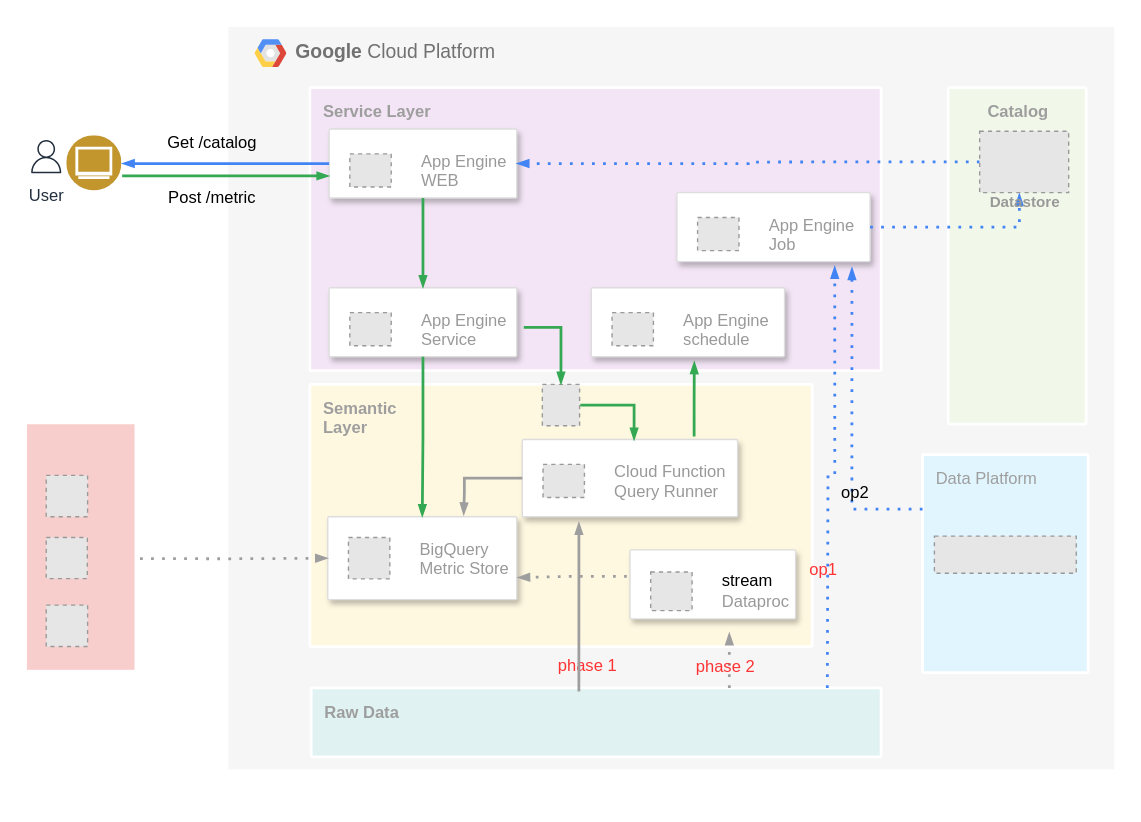
Above: Azure/Untitled Diagram.drawio in yiben-zhengjing/CloudStudy (draw.io), before the change. Source tidied: cells renumbered, new cells numbered last; positions are measured from the earlier drawing's top-left corner, leaving out a move shared by most shapes. Both pictures are drawn from the tidied source at 138%, with x=0, y=0 at pixel (25, 25). Pictures stored in the file or linked from it are replaced by grey dashed boxes.
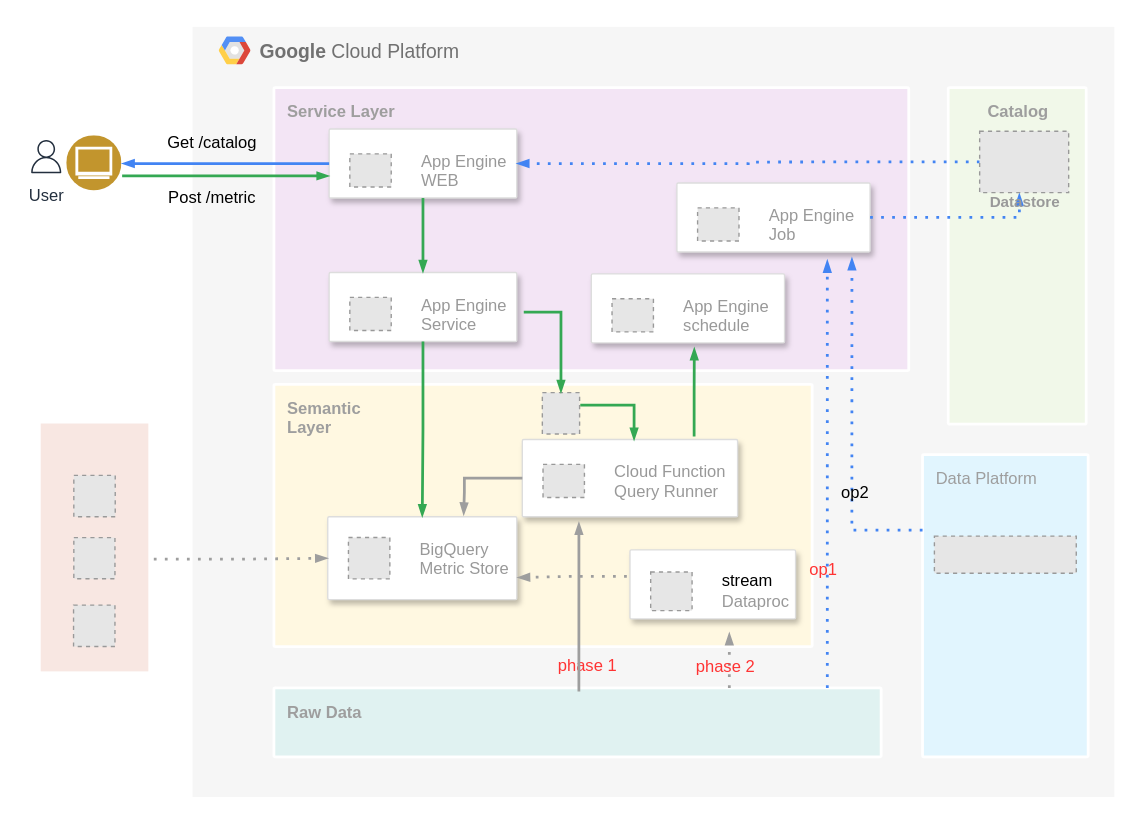
The same page after the edit.

The edit, as a diff of the source:
```diff
@@
-    <mxCell id="2" style="whiteSpace=wrap;html=1;labelBackgroundColor=none;strokeColor=#FFFFFF;strokeWidth=2;fillColor=#f8cecc;" parent="1" vertex="1">
-      <mxGeometry y="287.9" width="80" height="180" as="geometry" />
+    <mxCell id="2" style="whiteSpace=wrap;html=1;labelBackgroundColor=none;strokeWidth=2;fillColor=#F8E7E2;strokeColor=#FFFFFF;" parent="1" vertex="1">
+      <mxGeometry x="10" y="287.4" width="80" height="181.6" as="geometry" />
     </mxCell>
@@
     <mxCell id="4" value="&lt;b&gt;Google &lt;/b&gt;Cloud Platform" style="fillColor=#F6F6F6;strokeColor=#FFFFFF;shadow=0;gradientColor=none;fontSize=14;align=left;spacing=10;fontColor=#717171;9E9E9E;verticalAlign=top;spacingTop=-4;fontStyle=0;spacingLeft=40;html=1;strokeWidth=2;" parent="1" vertex="1">
-      <mxGeometry x="146" width="644" height="540" as="geometry" />
+      <mxGeometry x="120" width="670" height="560" as="geometry" />
     </mxCell>
     <mxCell id="5" value="Data Platform" style="sketch=0;points=[[0,0,0],[0.25,0,0],[0.5,0,0],[0.75,0,0],[1,0,0],[1,0.25,0],[1,0.5,0],[1,0.75,0],[1,1,0],[0.75,1,0],[0.5,1,0],[0.25,1,0],[0,1,0],[0,0.75,0],[0,0.5,0],[0,0.25,0]];rounded=1;absoluteArcSize=1;arcSize=2;html=1;strokeColor=#FFFFFF;gradientColor=none;shadow=0;dashed=0;fontSize=12;fontColor=#9E9E9E;align=left;verticalAlign=top;spacing=10;spacingTop=-4;fillColor=#E1F5FE;labelBackgroundColor=none;strokeWidth=2;" parent="1" vertex="1">
-      <mxGeometry x="650" y="310.9" width="120" height="158" as="geometry" />
+      <mxGeometry x="650" y="310.9" width="120" height="219.1" as="geometry" />
     </mxCell>
     <mxCell id="6" value="&lt;b&gt;Semantic&lt;br&gt;Layer&lt;/b&gt;" style="sketch=0;rounded=1;absoluteArcSize=1;arcSize=2;html=1;strokeColor=#FFFFFF;gradientColor=none;shadow=0;dashed=0;fontSize=12;fontColor=#9E9E9E;align=left;verticalAlign=top;spacing=10;spacingTop=-4;fillColor=#FFF8E1;labelBackgroundColor=none;strokeWidth=2;" parent="1" vertex="1">
-      <mxGeometry x="206" y="260" width="364" height="190" as="geometry" />
+      <mxGeometry x="180" y="260" width="390" height="190" as="geometry" />
     </mxCell>
@@
     <mxCell id="10" style="shape=mxgraph.gcp2.google_cloud_platform;fillColor=#F6F6F6;strokeColor=none;shadow=0;gradientColor=none;" parent="1" vertex="1">
-      <mxGeometry x="166" y="10" width="23" height="20" as="geometry">
+      <mxGeometry x="140" y="8" width="23" height="20" as="geometry">
         <mxPoint x="20" y="10" as="offset" />
       </mxGeometry>
     </mxCell>
     <mxCell id="11" value="&lt;b&gt;Service Layer&lt;/b&gt;" style="sketch=0;rounded=1;absoluteArcSize=1;arcSize=2;html=1;strokeColor=#FFFFFF;gradientColor=none;shadow=0;dashed=0;fontSize=12;fontColor=#9E9E9E;align=left;verticalAlign=top;spacing=10;spacingTop=-4;fillColor=#F3E5F5;strokeWidth=2;" parent="1" vertex="1">
-      <mxGeometry x="206" y="45" width="414" height="205" as="geometry" />
+      <mxGeometry x="180" y="45" width="460" height="205" as="geometry" />
     </mxCell>
@@
     <mxCell id="14" style="strokeColor=#dddddd;shadow=1;strokeWidth=1;rounded=1;absoluteArcSize=1;arcSize=2;labelBackgroundColor=none;fontColor=none;" parent="1" vertex="1">
-      <mxGeometry x="472" y="121.1" width="140" height="50" as="geometry" />
+      <mxGeometry x="472" y="114.1" width="140" height="50" as="geometry" />
     </mxCell>
@@
     <mxCell id="19" style="strokeColor=#dddddd;shadow=1;strokeWidth=1;rounded=1;absoluteArcSize=1;arcSize=2;labelBackgroundColor=none;fontColor=none;" parent="1" vertex="1">
-      <mxGeometry x="220" y="190" width="136" height="50" as="geometry" />
+      <mxGeometry x="220" y="179" width="136" height="50" as="geometry" />
     </mxCell>
@@
     <mxCell id="30" value="&lt;b&gt;Raw Data&lt;/b&gt;" style="sketch=0;rounded=1;absoluteArcSize=1;arcSize=2;html=1;strokeColor=#FFFFFF;gradientColor=none;shadow=0;dashed=0;fontSize=12;fontColor=#9E9E9E;align=left;verticalAlign=top;spacing=10;spacingTop=-4;fillColor=#E0F2F1;labelBackgroundColor=none;strokeWidth=2;" parent="1" vertex="1">
-      <mxGeometry x="207" y="480" width="413" height="50" as="geometry" />
+      <mxGeometry x="180" y="480" width="440" height="50" as="geometry" />
     </mxCell>
@@
     <mxCell id="32" style="fillColor=#E6E6E6;strokeColor=#999999;dashed=1;verticalLabelPosition=bottom;labelBackgroundColor=#ffffff;verticalAlign=top;fontColor=none;" parent="1" vertex="1">
-      <mxGeometry x="374.5" y="260" width="27" height="30" as="geometry" />
+      <mxGeometry x="374.5" y="266" width="27" height="30" as="geometry" />
     </mxCell>
     <mxCell id="33" style="fillColor=#E6E6E6;strokeColor=#999999;dashed=1;html=1;verticalAlign=top;verticalLabelPosition=bottom;labelBackgroundColor=#ffffff;fontColor=none;" parent="1" vertex="1">
-      <mxGeometry x="15" y="326" width="30" height="30" as="geometry" />
+      <mxGeometry x="35" y="326" width="30" height="30" as="geometry" />
     </mxCell>
-    <mxCell id="34" style="edgeStyle=orthogonalEdgeStyle;fontSize=12;html=1;endArrow=blockThin;endFill=1;rounded=0;strokeWidth=2;endSize=4;startSize=4;dashed=1;dashPattern=1 3;strokeColor=#4284F3;fontColor=none;entryX=0.817;entryY=1.067;entryDx=0;entryDy=0;entryPerimeter=0;" parent="1" edge="1" target="14">
+    <mxCell id="34" style="edgeStyle=orthogonalEdgeStyle;fontSize=12;html=1;endArrow=blockThin;endFill=1;rounded=0;strokeWidth=2;endSize=4;startSize=4;dashed=1;dashPattern=1 3;strokeColor=#4284F3;fontColor=none;" parent="1" edge="1">
       <mxGeometry relative="1" as="geometry">
         <mxPoint x="581" y="480" as="sourcePoint" />
+        <mxPoint x="581" y="170" as="targetPoint" />
       </mxGeometry>
     </mxCell>
     <mxCell id="35" style="fillColor=#E6E6E6;strokeColor=#999999;dashed=1;html=1;verticalAlign=top;verticalLabelPosition=bottom;labelBackgroundColor=#ffffff;fontColor=none;" parent="1" vertex="1">
-      <mxGeometry x="15" y="420" width="30" height="30" as="geometry" />
+      <mxGeometry x="34.8" y="420" width="30" height="30" as="geometry" />
     </mxCell>
@@
     <mxCell id="41" style="fillColor=#E6E6E6;strokeColor=#999999;dashed=1;verticalLabelPosition=bottom;labelBackgroundColor=default;verticalAlign=top;" parent="1" vertex="1">
-      <mxGeometry x="15" y="371" width="29.8" height="29.8" as="geometry" />
+      <mxGeometry x="35" y="371.1" width="29.8" height="29.8" as="geometry" />
     </mxCell>
@@
     <mxCell id="51" style="strokeColor=#dddddd;shadow=1;strokeWidth=1;rounded=1;absoluteArcSize=1;arcSize=2;labelBackgroundColor=none;fontColor=none;" parent="1" vertex="1">
-      <mxGeometry x="410" y="190" width="140" height="50" as="geometry" />
+      <mxGeometry x="410" y="180" width="140" height="50" as="geometry" />
     </mxCell>
```
